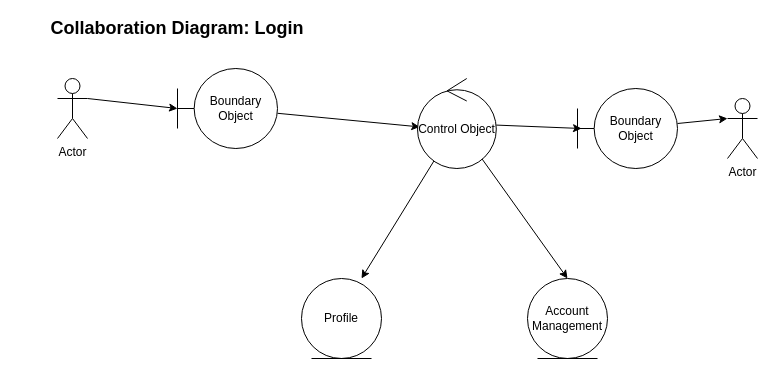
This is page "Login" (2 of 3) of Collaboration Diagram.drawio from astrrr/Right-posture, a draw.io file, before an edit. Source tidied: cells renumbered, new cells numbered last; positions are measured from the earlier drawing's top-left corner, leaving out a move shared by most shapes. Both pictures are drawn from the tidied source at 100%, with x=0, y=0 at pixel (17, 18).
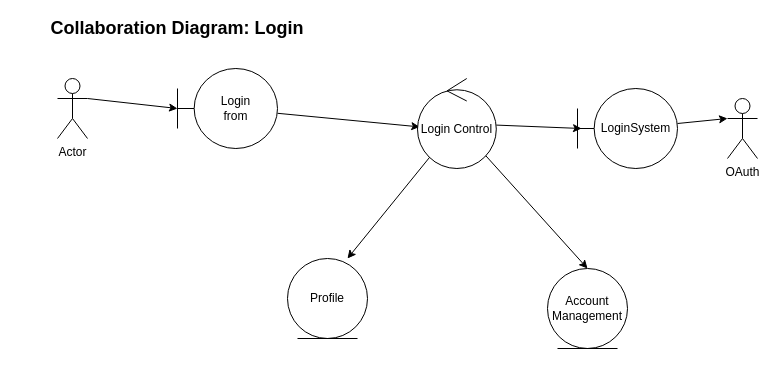
After the change.

The edit, as a diff of the source:
```diff
@@
 <mxGraphModel>
   <root>
     <mxCell id="0" />
     <mxCell id="1" parent="0" />
     <mxCell id="2" style="edgeStyle=none;rounded=0;jettySize=auto;html=1;exitX=1;exitY=0.3333333333333333;exitDx=0;exitDy=0;exitPerimeter=0;entryX=0;entryY=0.5;entryDx=0;entryDy=0;entryPerimeter=0;" parent="1" edge="1" source="3" target="5">
       <mxGeometry relative="1" as="geometry" />
     </mxCell>
     <mxCell id="3" value="Actor" style="shape=umlActor;verticalLabelPosition=bottom;verticalAlign=top;html=1;" parent="1" vertex="1">
       <mxGeometry x="40" y="60" width="30" height="60" as="geometry" />
     </mxCell>
     <mxCell id="4" style="edgeStyle=none;rounded=0;jettySize=auto;html=1;entryX=0.029;entryY=0.538;entryDx=0;entryDy=0;entryPerimeter=0;" parent="1" edge="1" source="5" target="9">
       <mxGeometry relative="1" as="geometry" />
     </mxCell>
-    <mxCell id="5" value="Boundary Object" style="shape=umlBoundary;whiteSpace=wrap;html=1;" parent="1" vertex="1">
+    <mxCell id="5" value="Login&lt;br&gt;from" style="shape=umlBoundary;whiteSpace=wrap;html=1;" parent="1" vertex="1">
       <mxGeometry x="160" y="50" width="100" height="80" as="geometry" />
     </mxCell>
     <mxCell id="6" style="edgeStyle=none;rounded=0;jettySize=auto;html=1;entryX=0.75;entryY=0;entryDx=0;entryDy=0;entryPerimeter=0;" parent="1" edge="1" source="9" target="10">
       <mxGeometry relative="1" as="geometry" />
     </mxCell>
     <mxCell id="7" style="edgeStyle=none;rounded=0;jettySize=auto;html=1;entryX=0.5;entryY=0;entryDx=0;entryDy=0;" parent="1" edge="1" source="9" target="12">
       <mxGeometry relative="1" as="geometry" />
     </mxCell>
     <mxCell id="8" style="rounded=0;jettySize=auto;html=1;entryX=0.04;entryY=0.5;entryDx=0;entryDy=0;entryPerimeter=0;" parent="1" edge="1" source="9" target="14">
       <mxGeometry relative="1" as="geometry" />
     </mxCell>
-    <mxCell id="9" value="Control Object" style="ellipse;shape=umlControl;whiteSpace=wrap;html=1;" parent="1" vertex="1">
+    <mxCell id="9" value="Login Control" style="ellipse;shape=umlControl;whiteSpace=wrap;html=1;" parent="1" vertex="1">
       <mxGeometry x="400" y="60" width="78.8" height="90" as="geometry" />
     </mxCell>
     <mxCell id="10" value="Profile" style="ellipse;shape=umlEntity;whiteSpace=wrap;html=1;" parent="1" vertex="1">
-      <mxGeometry x="284" y="260" width="80" height="80" as="geometry" />
+      <mxGeometry x="270" y="240" width="80" height="80" as="geometry" />
     </mxCell>
     <mxCell id="11" value="&lt;b&gt;&lt;font style=&quot;font-size: 18px&quot;&gt;Collaboration Diagram: Login&lt;/font&gt;&lt;/b&gt;" style="text;html=1;strokeColor=none;fillColor=none;align=center;verticalAlign=middle;whiteSpace=wrap;rounded=0;" parent="1" vertex="1">
       <mxGeometry width="320" height="20" as="geometry" />
     </mxCell>
     <mxCell id="12" value="Account Management" style="ellipse;shape=umlEntity;whiteSpace=wrap;html=1;" parent="1" vertex="1">
-      <mxGeometry x="510" y="260" width="80" height="80" as="geometry" />
+      <mxGeometry x="530" y="250" width="80" height="80" as="geometry" />
     </mxCell>
     <mxCell id="13" style="edgeStyle=none;rounded=0;jettySize=auto;html=1;entryX=0;entryY=0.3333333333333333;entryDx=0;entryDy=0;entryPerimeter=0;" parent="1" edge="1" source="14" target="15">
       <mxGeometry relative="1" as="geometry" />
     </mxCell>
-    <mxCell id="14" value="Boundary Object" style="shape=umlBoundary;whiteSpace=wrap;html=1;" parent="1" vertex="1">
+    <mxCell id="14" value="LoginSystem" style="shape=umlBoundary;whiteSpace=wrap;html=1;" parent="1" vertex="1">
       <mxGeometry x="560" y="70" width="100" height="80" as="geometry" />
     </mxCell>
-    <mxCell id="15" value="Actor" style="shape=umlActor;verticalLabelPosition=bottom;verticalAlign=top;html=1;" parent="1" vertex="1">
+    <mxCell id="15" value="OAuth" style="shape=umlActor;verticalLabelPosition=bottom;verticalAlign=top;html=1;" parent="1" vertex="1">
       <mxGeometry x="710" y="80" width="30" height="60" as="geometry" />
     </mxCell>
   </root>
 </mxGraphModel>
```
